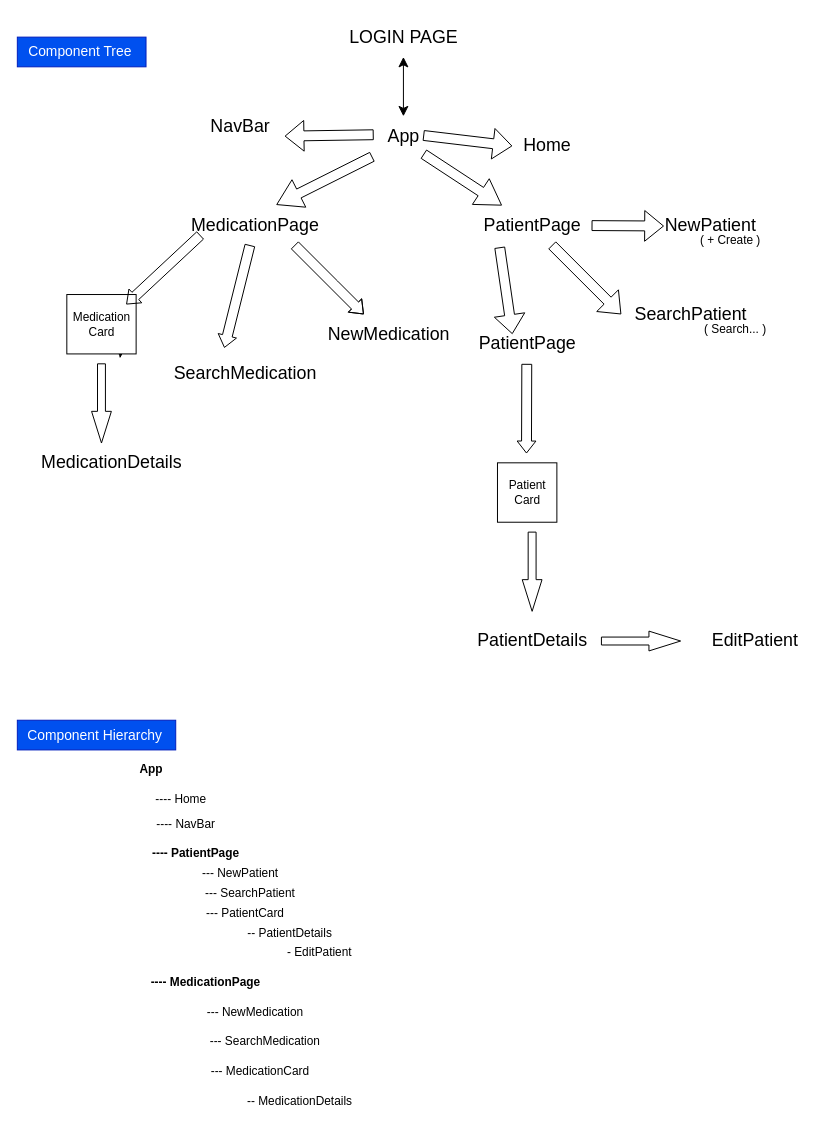
Before: .dio in minchulan/dailydose-client, a draw.io diagram. Source tidied: cells renumbered, new cells numbered last; positions are measured from the earlier drawing's top-left corner, leaving out a move shared by most shapes. Both pictures are drawn from the tidied source at 99%, with x=0, y=0 at pixel (17, 17).
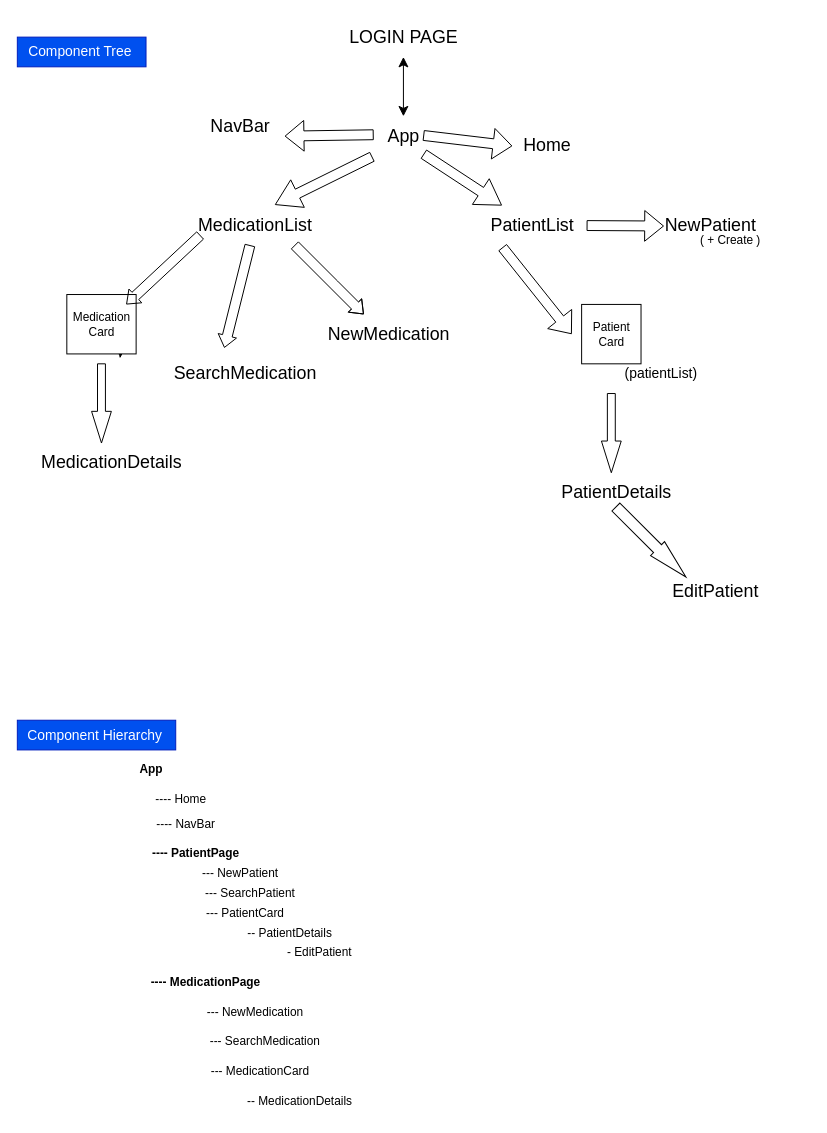
The same diagram, later.

What changed in the source:
```diff
@@
-    <mxCell id="3" value="&lt;font style=&quot;font-size: 18px;&quot;&gt;MedicationPage&lt;/font&gt;" style="text;html=1;align=center;verticalAlign=middle;points=[];strokeColor=none;fillColor=none;fontSize=14;" parent="1" vertex="1">
-      <mxGeometry x="165" y="190" width="150" height="40" as="geometry" />
+    <mxCell id="3" value="&lt;font style=&quot;font-size: 18px;&quot;&gt;MedicationList&lt;/font&gt;" style="text;html=1;align=center;verticalAlign=middle;points=[];strokeColor=none;fillColor=none;fontSize=14;" parent="1" vertex="1">
+      <mxGeometry x="170" y="190" width="140" height="40" as="geometry" />
     </mxCell>
-    <mxCell id="4" value="&lt;font style=&quot;font-size: 18px;&quot;&gt;PatientPage&lt;/font&gt;" style="text;html=1;align=center;verticalAlign=middle;points=[];strokeColor=none;fillColor=none;fontSize=14;" parent="1" vertex="1">
-      <mxGeometry x="460" y="190" width="120" height="40" as="geometry" />
+    <mxCell id="4" value="&lt;font style=&quot;font-size: 18px;&quot;&gt;PatientList&lt;/font&gt;" style="text;html=1;align=center;verticalAlign=middle;points=[];strokeColor=none;fillColor=none;fontSize=14;" parent="1" vertex="1">
+      <mxGeometry x="465" y="190" width="110" height="40" as="geometry" />
     </mxCell>
@@
-    <mxCell id="16" style="edgeStyle=none;jettySize=auto;html=1;fontSize=14;shape=flexArrow;" parent="1" edge="1" source="4">
-      <mxGeometry relative="1" as="geometry">
-        <mxPoint x="610" y="300" as="targetPoint" />
-      </mxGeometry>
-    </mxCell>
     <mxCell id="17" style="edgeStyle=none;jettySize=auto;html=1;fontSize=14;shape=flexArrow;exitX=0.227;exitY=1.056;exitDx=0;exitDy=0;exitPerimeter=0;" parent="1" edge="1" source="4">
       <mxGeometry relative="1" as="geometry">
-        <mxPoint x="500" y="320" as="targetPoint" />
+        <mxPoint x="560" y="320" as="targetPoint" />
       </mxGeometry>
     </mxCell>
@@
-    <mxCell id="19" value="&lt;font style=&quot;font-size: 18px;&quot;&gt;SearchPatient&lt;/font&gt;" style="text;html=1;align=center;verticalAlign=middle;strokeColor=none;fillColor=none;fontSize=14;" parent="1" vertex="1">
-      <mxGeometry x="610" y="280" width="140" height="40" as="geometry" />
-    </mxCell>
-    <mxCell id="20" value="&lt;font style=&quot;font-size: 18px;&quot;&gt;PatientPage&lt;/font&gt;" style="text;html=1;align=center;verticalAlign=middle;strokeColor=none;fillColor=none;fontSize=14;" parent="1" vertex="1">
-      <mxGeometry x="455" y="310" width="120" height="40" as="geometry" />
-    </mxCell>
@@
-    <mxCell id="25" style="edgeStyle=none;orthogonalLoop=1;jettySize=auto;html=1;fontSize=18;shape=flexArrow;endWidth=8;endSize=3.7;exitX=0.569;exitY=0.985;exitDx=0;exitDy=0;exitPerimeter=0;" parent="1" edge="1">
-      <mxGeometry relative="1" as="geometry">
-        <mxPoint x="514.6" y="350" as="sourcePoint" />
-        <mxPoint x="514.3" y="440.6" as="targetPoint" />
-      </mxGeometry>
-    </mxCell>
     <mxCell id="26" style="whiteSpace=wrap;html=1;" parent="1" vertex="1">
-      <mxGeometry x="485" y="450" width="60" height="60" as="geometry" />
+      <mxGeometry x="570" y="290" width="60" height="60" as="geometry" />
     </mxCell>
     <mxCell id="27" value="Patient&lt;br&gt;Card" style="text;html=1;align=center;verticalAlign=middle;strokeColor=none;fillColor=none;" parent="1" vertex="1">
-      <mxGeometry x="485" y="460" width="60" height="40" as="geometry" />
+      <mxGeometry x="570" y="300" width="60" height="40" as="geometry" />
     </mxCell>
     <mxCell id="28" value="&lt;font style=&quot;font-size: 18px;&quot;&gt;PatientDetails&lt;/font&gt;" style="text;html=1;align=center;verticalAlign=middle;strokeColor=none;fillColor=none;fontSize=14;" parent="1" vertex="1">
-      <mxGeometry x="455" y="610" width="130" height="40" as="geometry" />
+      <mxGeometry x="540" y="460" width="130" height="40" as="geometry" />
     </mxCell>
@@
     <mxCell id="31" style="shape=singleArrow;whiteSpace=wrap;html=1;arrowWidth=0.4;arrowSize=0.4;fontSize=18;rotation=90;" parent="1" vertex="1">
-      <mxGeometry x="480" y="550" width="80" height="20" as="geometry" />
+      <mxGeometry x="560" y="410" width="80" height="20" as="geometry" />
     </mxCell>
@@
-    <mxCell id="33" value="( Search... )" style="text;html=1;align=center;verticalAlign=middle;strokeColor=none;fillColor=none;" parent="1" vertex="1">
-      <mxGeometry x="680" y="300" width="90" height="30" as="geometry" />
-    </mxCell>
-    <mxCell id="34" style="shape=singleArrow;whiteSpace=wrap;html=1;arrowWidth=0.4;arrowSize=0.4;fontSize=18;rotation=0;" parent="1" vertex="1">
-      <mxGeometry x="590" y="620" width="80" height="20" as="geometry" />
+    <mxCell id="34" style="shape=singleArrow;whiteSpace=wrap;html=1;arrowWidth=0.5657382939560079;arrowSize=0.40532078002546656;fontSize=18;rotation=45;" parent="1" vertex="1">
+      <mxGeometry x="590" y="520" width="100" height="20" as="geometry" />
     </mxCell>
     <mxCell id="35" value="&lt;font style=&quot;font-size: 18px;&quot;&gt;EditPatient&lt;/font&gt;" style="text;html=1;align=center;verticalAlign=middle;strokeColor=none;fillColor=none;fontSize=14;" parent="1" vertex="1">
-      <mxGeometry x="690" y="610" width="110" height="40" as="geometry" />
+      <mxGeometry x="650" y="560" width="110" height="40" as="geometry" />
     </mxCell>
@@
+    <mxCell id="54" value="(patientList)" style="text;html=1;align=center;verticalAlign=middle;strokeColor=none;fillColor=none;fontSize=14;" parent="1" vertex="1">
+      <mxGeometry x="600" y="345" width="100" height="30" as="geometry" />
+    </mxCell>
```
